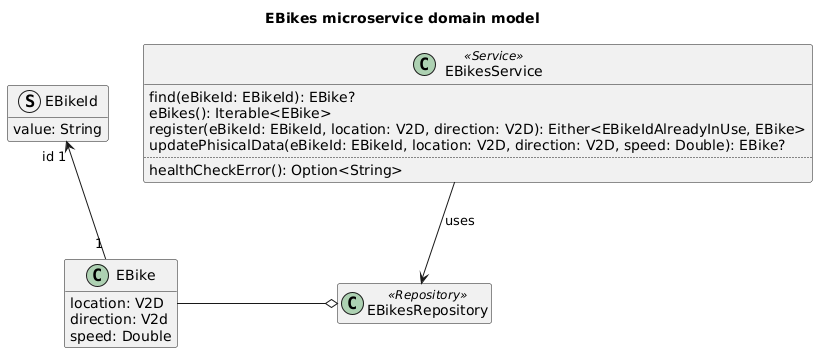
Earlier version of the PlantUML export doc/diagrams/ebikes-microservice-domain-model.png (Ventus218/SAP-assignment-03).
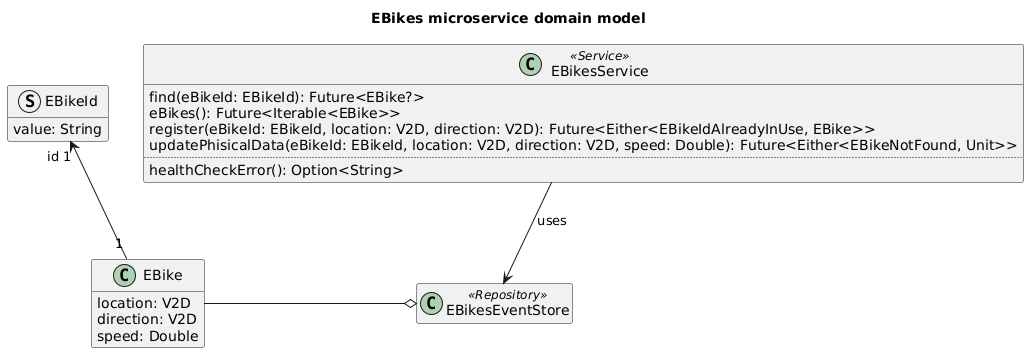
The same file after the commit.

Commit message:
Automatically generated PlantUML diagrams

The edit, as a diff of the source:
```diff
@@ -4,7 +4,7 @@
 
 class EBike {
     location: V2D
-    direction: V2d
+    direction: V2D
     speed: Double
 }
 struct EBikeId {
@@ -12,19 +12,19 @@
 }
 EBike "1" -u-> "id 1" EBikeId
 
-class EBikesRepository <<Repository>>
-EBikesRepository o-l- EBike
+class EBikesEventStore <<Repository>>
+EBikesEventStore o-l- EBike
 
 class EBikesService <<Service>> {
-    find(eBikeId: EBikeId): EBike?
-    eBikes(): Iterable<EBike>
-    register(eBikeId: EBikeId, location: V2D, direction: V2D): Either<EBikeIdAlreadyInUse, EBike>
-    updatePhisicalData(eBikeId: EBikeId, location: V2D, direction: V2D, speed: Double): EBike?
+    find(eBikeId: EBikeId): Future<EBike?>
+    eBikes(): Future<Iterable<EBike>>
+    register(eBikeId: EBikeId, location: V2D, direction: V2D): Future<Either<EBikeIdAlreadyInUse, EBike>>
+    updatePhisicalData(eBikeId: EBikeId, location: V2D, direction: V2D, speed: Double): Future<Either<EBikeNotFound, Unit>>
     ..
     healthCheckError(): Option<String>
 }
 
-EBikesService --> EBikesRepository : "uses"
+EBikesService --> EBikesEventStore : "uses"
 
 hide empty members
 
```
